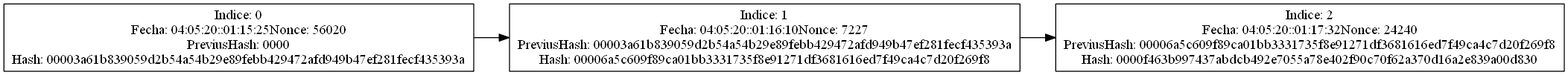
This is reportes/Bloques.png from XiomRB/EDD_1S2020_PY2_201500332, a Graphviz export, as it was before one commit. Its source is kept beside it as reportes/Bloques.dot. The source it was exported from:
```dot
digraph g{
 rankdir = LR;
node [shape = box];
"Indice: 0\nFecha: 04:05:20::01:15:25\Nonce: 56020\nPreviusHash: 0000\nHash: 00003a61b839059d2b54a54b29e89febb429472afd949b47ef281fecf435393a" -> "Indice: 1\nFecha: 04:05:20::01:16:10\Nonce: 7227\nPreviusHash: 00003a61b839059d2b54a54b29e89febb429472afd949b47ef281fecf435393a\nHash: 00006a5c609f89ca01bb3331735f8e91271df3681616ed7f49ca4c7d20f269f8""Indice: 1\nFecha: 04:05:20::01:16:10\Nonce: 7227\nPreviusHash: 00003a61b839059d2b54a54b29e89febb429472afd949b47ef281fecf435393a\nHash: 00006a5c609f89ca01bb3331735f8e91271df3681616ed7f49ca4c7d20f269f8" -> "Indice: 2\nFecha: 04:05:20::01:17:32\Nonce: 24240\nPreviusHash: 00006a5c609f89ca01bb3331735f8e91271df3681616ed7f49ca4c7d20f269f8\nHash: 0000f463b997437abdcb492e7055a78e402f90c70f62a370d16a2e839a00d830"
}
```
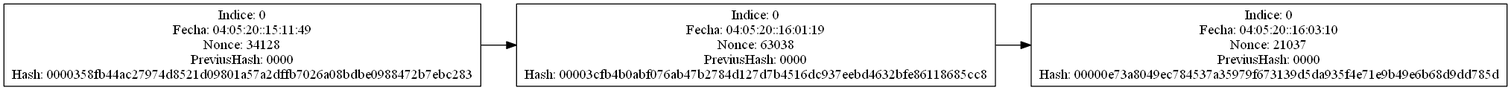
The same file after the commit.

What changed in the source:
```diff
@@ -1,5 +1,5 @@
 digraph g{
  rankdir = LR;
 node [shape = box];
-"Indice: 0\nFecha: 04:05:20::01:15:25\Nonce: 56020\nPreviusHash: 0000\nHash: 00003a61b839059d2b54a54b29e89febb429472afd949b47ef281fecf435393a" -> "Indice: 1\nFecha: 04:05:20::01:16:10\Nonce: 7227\nPreviusHash: 00003a61b839059d2b54a54b29e89febb429472afd949b47ef281fecf435393a\nHash: 00006a5c609f89ca01bb3331735f8e91271df3681616ed7f49ca4c7d20f269f8""Indice: 1\nFecha: 04:05:20::01:16:10\Nonce: 7227\nPreviusHash: 00003a61b839059d2b54a54b29e89febb429472afd949b47ef281fecf435393a\nHash: 00006a5c609f89ca01bb3331735f8e91271df3681616ed7f49ca4c7d20f269f8" -> "Indice: 2\nFecha: 04:05:20::01:17:32\Nonce: 24240\nPreviusHash: 00006a5c609f89ca01bb3331735f8e91271df3681616ed7f49ca4c7d20f269f8\nHash: 0000f463b997437abdcb492e7055a78e402f90c70f62a370d16a2e839a00d830"
+"Indice: 0\nFecha: 04:05:20::15:11:49\nNonce: 34128\nPreviusHash: 0000\nHash: 0000358fb44ac27974d8521d09801a57a2dffb7026a08bdbe0988472b7ebc283" -> "Indice: 0\nFecha: 04:05:20::16:01:19\nNonce: 63038\nPreviusHash: 0000\nHash: 00003cfb4b0abf076ab47b2784d127d7b4516dc937eebd4632bfe86118685cc8""Indice: 0\nFecha: 04:05:20::16:01:19\nNonce: 63038\nPreviusHash: 0000\nHash: 00003cfb4b0abf076ab47b2784d127d7b4516dc937eebd4632bfe86118685cc8" -> "Indice: 0\nFecha: 04:05:20::16:03:10\nNonce: 21037\nPreviusHash: 0000\nHash: 00000e73a8049ec784537a35979f673139d5da935f4e71e9b49e6b68d9dd785d"
 }
```
